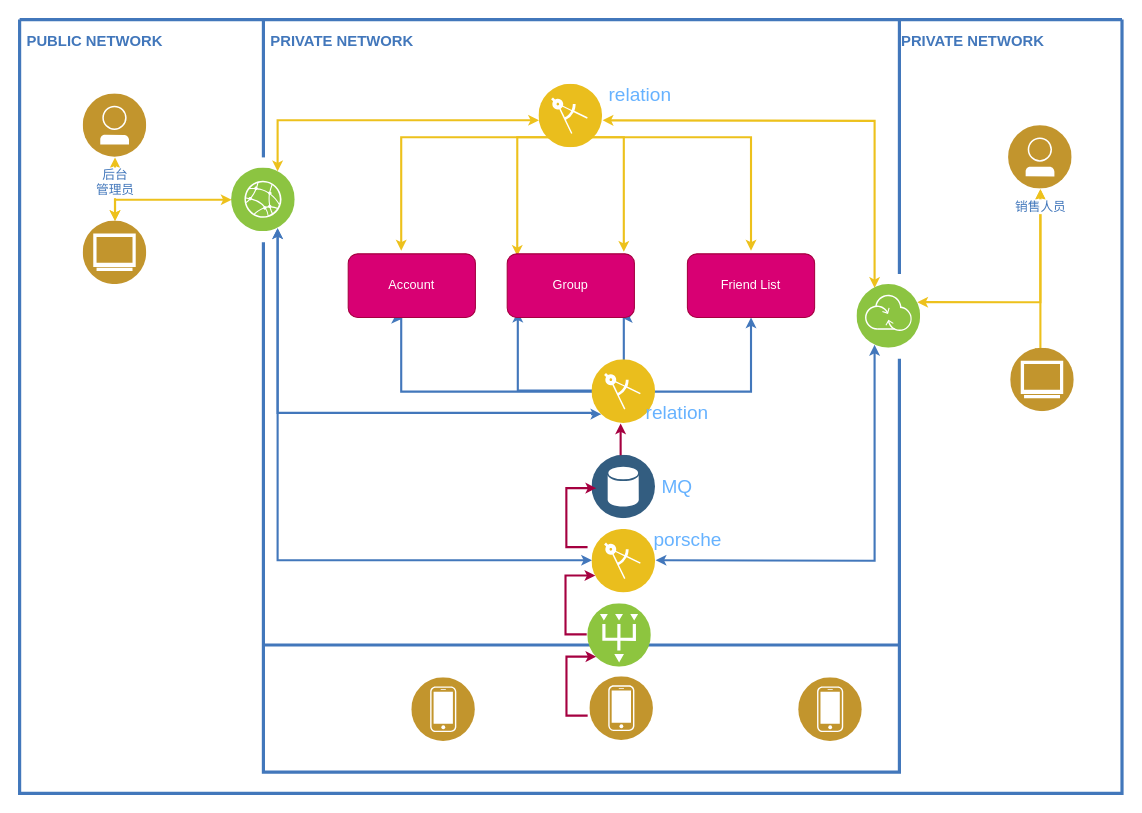
Above: craft/Untitled Diagram.drawio in feihu618/drawio (draw.io), before the change. Source tidied: cells renumbered, new cells numbered last; positions are measured from the earlier drawing's top-left corner, leaving out a move shared by most shapes. Both pictures are drawn from the tidied source at 106%, with x=0, y=0 at pixel (19, 19).
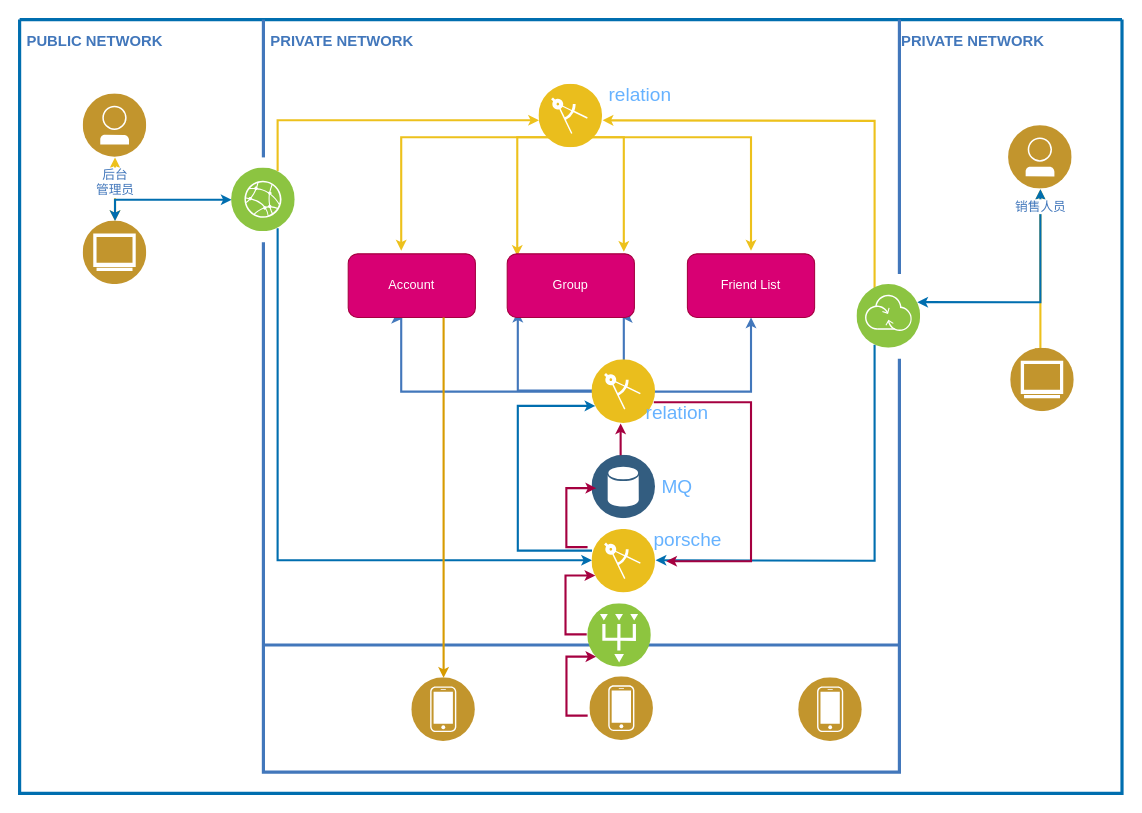
Above is the later version.

Unchanged cells that the change refers to:
```xml
<mxCell id="17" style="perimeter=ellipsePerimeter;html=1;align=center;shadow=0;dashed=0;image;image=img/lib/ibm/infrastructure/edge_services.svg;strokeColor=#FF0000;fillColor=#FFFF66;gradientColor=none;fontColor=#4277BB;labelBackgroundColor=#ffffff;spacingTop=3;" parent="2" vertex="1">
  <mxGeometry x="200" y="140" width="60" height="60" as="geometry" />
</mxCell>
<mxCell id="18" value="&lt;br&gt;" style="perimeter=ellipsePerimeter;html=1;align=center;shadow=0;dashed=0;image;image=img/lib/ibm/infrastructure/transformation_connectivity.svg;strokeColor=#FF0000;fillColor=#FFFF66;gradientColor=none;fontColor=#4277BB;labelBackgroundColor=#ffffff;spacingTop=3;" parent="2" vertex="1">
  <mxGeometry x="790" y="250" width="60" height="60" as="geometry" />
</mxCell>
<mxCell id="19" value="销售人员" style="perimeter=ellipsePerimeter;html=1;align=center;shadow=0;dashed=0;image;image=img/lib/ibm/users/user.svg;strokeColor=#FF0000;fillColor=#FFFF66;gradientColor=none;fontColor=#4277BB;labelBackgroundColor=#ffffff;spacingTop=3;" parent="2" vertex="1">
  <mxGeometry x="933" y="100" width="60" height="60" as="geometry" />
</mxCell>
<mxCell id="21" style="perimeter=ellipsePerimeter;html=1;align=center;shadow=0;dashed=0;fontColor=#4277BB;labelBackgroundColor=#ffffff;fontSize=12;spacingTop=3;image;image=img/lib/ibm/users/device.svg;" parent="20" vertex="1">
  <mxGeometry x="140" y="31" width="60" height="60" as="geometry" />
</mxCell>
<mxCell id="36" style="perimeter=ellipsePerimeter;html=1;align=center;shadow=0;dashed=0;fontColor=#4277BB;labelBackgroundColor=#ffffff;fontSize=12;spacingTop=3;image;image=img/lib/ibm/applications/enterprise_applications.svg;" parent="2" vertex="1">
  <mxGeometry x="540" y="321" width="60" height="60" as="geometry" />
</mxCell>
<mxCell id="41" value="Account" style="rounded=1;whiteSpace=wrap;html=1;fillColor=#d80073;strokeColor=#A50040;fontColor=#ffffff;" parent="2" vertex="1">
  <mxGeometry x="310" y="221" width="120" height="60" as="geometry" />
</mxCell>
```

The edit, as a diff of the source:
```diff
@@
-    <mxCell id="2" style="swimlane;shadow=0;strokeColor=#4277BB;fillColor=#ffffff;fontColor=none;align=right;startSize=0;noLabel=1;strokeWidth=3;" parent="1" vertex="1">
+    <mxCell id="2" style="swimlane;shadow=0;strokeColor=#006EAF;fillColor=#1ba1e2;fontColor=#ffffff;align=right;startSize=0;noLabel=1;strokeWidth=3;" parent="1" vertex="1">
       <mxGeometry width="1040" height="730" as="geometry" />
     </mxCell>
@@
-    <mxCell id="4" style="edgeStyle=orthogonalEdgeStyle;rounded=0;html=1;entryX=0.75;entryY=1;labelBackgroundColor=#ffffff;jettySize=auto;strokeColor=#4277BB;fontColor=#000000;strokeWidth=2;endSize=4;startSize=4;startArrow=classic;startFill=1;exitX=0;exitY=1;exitDx=0;exitDy=0;" parent="2" edge="1" source="36" target="17">
-      <mxGeometry relative="1" as="geometry">
-        <Array as="points">
-          <mxPoint x="540" y="372" />
-          <mxPoint x="540" y="371" />
-          <mxPoint x="243" y="371" />
-        </Array>
-      </mxGeometry>
-    </mxCell>
-    <mxCell id="5" style="edgeStyle=orthogonalEdgeStyle;rounded=0;html=1;entryX=0.25;entryY=0;labelBackgroundColor=#ffffff;jettySize=auto;strokeColor=#EDC11C;fontColor=#000000;startArrow=classic;strokeWidth=2;endSize=4;startSize=4;" parent="2" edge="1" target="18">
+    <mxCell id="5" style="edgeStyle=orthogonalEdgeStyle;rounded=0;html=1;entryX=0.25;entryY=0;labelBackgroundColor=#ffffff;jettySize=auto;strokeColor=#EDC11C;fontColor=#000000;startArrow=classic;strokeWidth=2;endSize=4;startSize=4;endArrow=none;endFill=0;" parent="2" edge="1" target="18">
       <mxGeometry relative="1" as="geometry">
         <mxPoint x="550" y="95" as="sourcePoint" />
       </mxGeometry>
     </mxCell>
-    <mxCell id="6" style="edgeStyle=orthogonalEdgeStyle;rounded=0;html=1;entryX=0.75;entryY=0;labelBackgroundColor=#ffffff;jettySize=auto;strokeColor=#EDC11C;fontColor=#000000;startArrow=classic;strokeWidth=2;endSize=4;startSize=4;" parent="2" edge="1" target="17">
+    <mxCell id="6" style="edgeStyle=orthogonalEdgeStyle;rounded=0;html=1;entryX=0.75;entryY=0;labelBackgroundColor=#ffffff;jettySize=auto;strokeColor=#EDC11C;fontColor=#000000;startArrow=classic;strokeWidth=2;endSize=4;startSize=4;endArrow=none;endFill=0;" parent="2" edge="1" target="17">
       <mxGeometry relative="1" as="geometry">
         <mxPoint x="490" y="95" as="sourcePoint" />
         <Array as="points">
           <mxPoint x="243" y="95" />
         </Array>
       </mxGeometry>
     </mxCell>
@@
-    <mxCell id="11" style="edgeStyle=orthogonalEdgeStyle;rounded=0;html=1;labelBackgroundColor=#ffffff;jettySize=auto;strokeColor=#4277BB;fontColor=#000000;entryX=0.75;entryY=1;strokeWidth=2;endSize=4;startSize=4;startArrow=classic;startFill=1;" parent="2" edge="1" target="17">
+    <mxCell id="11" style="edgeStyle=orthogonalEdgeStyle;rounded=0;html=1;labelBackgroundColor=#ffffff;jettySize=auto;strokeColor=#006EAF;fontColor=#000000;entryX=0.75;entryY=1;strokeWidth=2;endSize=4;startSize=4;startArrow=classic;startFill=1;endArrow=none;endFill=0;fillColor=#1ba1e2;" parent="2" edge="1" target="17">
       <mxGeometry relative="1" as="geometry">
         <mxPoint x="540" y="510" as="sourcePoint" />
         <Array as="points">
           <mxPoint x="243" y="510" />
         </Array>
       </mxGeometry>
     </mxCell>
-    <mxCell id="12" style="edgeStyle=orthogonalEdgeStyle;rounded=0;html=1;entryX=0.25;entryY=1;labelBackgroundColor=#ffffff;jettySize=auto;strokeColor=#4277BB;fontColor=#000000;strokeWidth=2;endSize=4;startSize=4;startArrow=classic;startFill=1;" parent="2" edge="1" target="18">
+    <mxCell id="12" style="edgeStyle=orthogonalEdgeStyle;rounded=0;html=1;entryX=0.25;entryY=1;labelBackgroundColor=#ffffff;jettySize=auto;strokeColor=#006EAF;fontColor=#000000;strokeWidth=2;endSize=4;startSize=4;startArrow=classic;startFill=1;endArrow=none;endFill=0;fillColor=#1ba1e2;" parent="2" edge="1" target="18">
       <mxGeometry relative="1" as="geometry">
         <mxPoint x="600" y="510" as="sourcePoint" />
       </mxGeometry>
     </mxCell>
@@
-    <mxCell id="14" style="edgeStyle=orthogonalEdgeStyle;rounded=0;html=1;entryX=1;entryY=0.25;labelBackgroundColor=#ffffff;jettySize=auto;strokeColor=#EDC11C;fontColor=#000000;startArrow=classic;strokeWidth=2;endSize=4;startSize=4;" parent="2" edge="1" source="19" target="18">
+    <mxCell id="14" style="edgeStyle=orthogonalEdgeStyle;rounded=0;html=1;entryX=1;entryY=0.25;labelBackgroundColor=#ffffff;jettySize=auto;strokeColor=#006EAF;fontColor=#000000;startArrow=classic;strokeWidth=2;endSize=4;startSize=4;fillColor=#1ba1e2;" parent="2" edge="1" source="19" target="18">
       <mxGeometry relative="1" as="geometry">
         <Array as="points">
           <mxPoint x="963" y="267" />
         </Array>
       </mxGeometry>
     </mxCell>
@@
-    <mxCell id="16" style="edgeStyle=orthogonalEdgeStyle;rounded=0;html=1;labelBackgroundColor=#ffffff;startArrow=classic;startFill=1;startSize=4;endSize=4;jettySize=auto;strokeColor=#EDC11C;strokeWidth=2;fontSize=12;fontColor=#4277BB;" parent="2" edge="1" target="17">
+    <mxCell id="16" style="edgeStyle=orthogonalEdgeStyle;rounded=0;html=1;labelBackgroundColor=#ffffff;startArrow=classic;startFill=1;startSize=4;endSize=4;jettySize=auto;strokeColor=#006EAF;strokeWidth=2;fontSize=12;fontColor=#4277BB;fillColor=#1ba1e2;" parent="2" edge="1" target="17">
       <mxGeometry relative="1" as="geometry">
         <mxPoint x="90" y="190" as="sourcePoint" />
         <Array as="points">
           <mxPoint x="90" y="170" />
         </Array>
       </mxGeometry>
     </mxCell>
@@
+    <mxCell id="49" style="edgeStyle=orthogonalEdgeStyle;rounded=0;html=1;labelBackgroundColor=#ffffff;jettySize=auto;strokeColor=#A50040;fontColor=#000000;strokeWidth=2;endSize=4;startSize=4;fillColor=#d80073;" parent="2" edge="1" source="36">
+      <mxGeometry relative="1" as="geometry">
+        <mxPoint x="610" y="511" as="targetPoint" />
+        <Array as="points">
+          <mxPoint x="690" y="361" />
+          <mxPoint x="690" y="511" />
+        </Array>
+      </mxGeometry>
+    </mxCell>
+    <mxCell id="50" style="edgeStyle=orthogonalEdgeStyle;rounded=0;html=1;labelBackgroundColor=#ffffff;jettySize=auto;strokeColor=#d79b00;fontColor=#000000;strokeWidth=2;endSize=4;startSize=4;startArrow=classic;startFill=1;endArrow=none;endFill=0;gradientColor=#ffa500;fillColor=#ffcd28;exitX=0.5;exitY=0;exitDx=0;exitDy=0;" parent="2" edge="1" source="21" target="41">
+      <mxGeometry relative="1" as="geometry">
+        <Array as="points">
+          <mxPoint x="400" y="331" />
+          <mxPoint x="400" y="331" />
+        </Array>
+      </mxGeometry>
+    </mxCell>
+    <mxCell id="51" style="edgeStyle=orthogonalEdgeStyle;rounded=0;html=1;labelBackgroundColor=#ffffff;jettySize=auto;strokeColor=#006EAF;fontColor=#000000;strokeWidth=2;endSize=4;startSize=4;startArrow=classic;startFill=1;endArrow=none;endFill=0;fillColor=#1ba1e2;exitX=0;exitY=0.75;exitDx=0;exitDy=0;" parent="2" edge="1" source="36">
+      <mxGeometry relative="1" as="geometry">
+        <mxPoint x="540" y="501" as="targetPoint" />
+        <Array as="points">
+          <mxPoint x="470" y="364" />
+          <mxPoint x="470" y="501" />
+          <mxPoint x="540" y="501" />
+        </Array>
+      </mxGeometry>
+    </mxCell>
```
